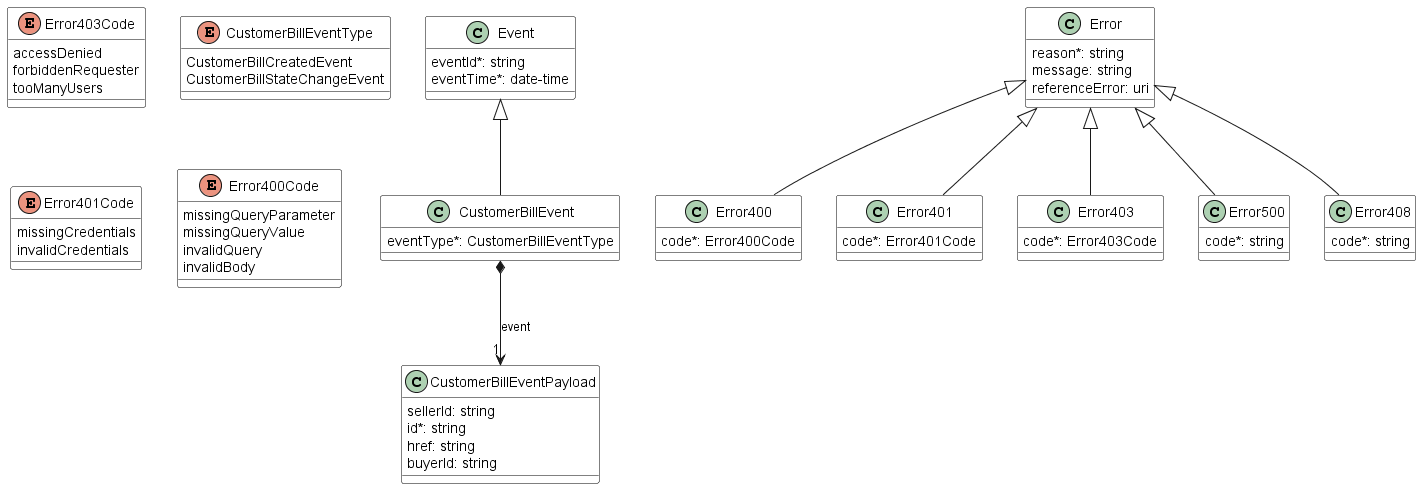
Earlier version of the PlantUML export documentation/productApi/billing/media/billingNotification.api.png (MEF-GIT/MEF-LSO-Sonata-SDK). The source it was exported from:
```plantuml
@startuml
skinparam {
    ClassBackgroundColor White
    ClassBorderColor Black
}

class CustomerBillEvent {

    eventType*: CustomerBillEventType
}
Event <|-- CustomerBillEvent

CustomerBillEvent *-->"1" CustomerBillEventPayload : event


class CustomerBillEventPayload {

    sellerId: string
    id*: string
    href: string
    buyerId: string
}



class Error400 {

    code*: Error400Code
}
Error <|-- Error400



class Error401 {

    code*: Error401Code
}
Error <|-- Error401



class Error403 {

    code*: Error403Code
}
Error <|-- Error403



class Error500 {

    code*: string
}
Error <|-- Error500



enum Error403Code {

    accessDenied
    forbiddenRequester
    tooManyUsers
}
enum CustomerBillEventType {

    CustomerBillCreatedEvent
    CustomerBillStateChangeEvent
}
class Error408 {

    code*: string
}
Error <|-- Error408



class Error {

    reason*: string
    message: string
    referenceError: uri
}



class Event {

    eventId*: string
    eventTime*: date-time
}



enum Error401Code {

    missingCredentials
    invalidCredentials
}
enum Error400Code {

    missingQueryParameter
    missingQueryValue
    invalidQuery
    invalidBody
}
@enduml
```
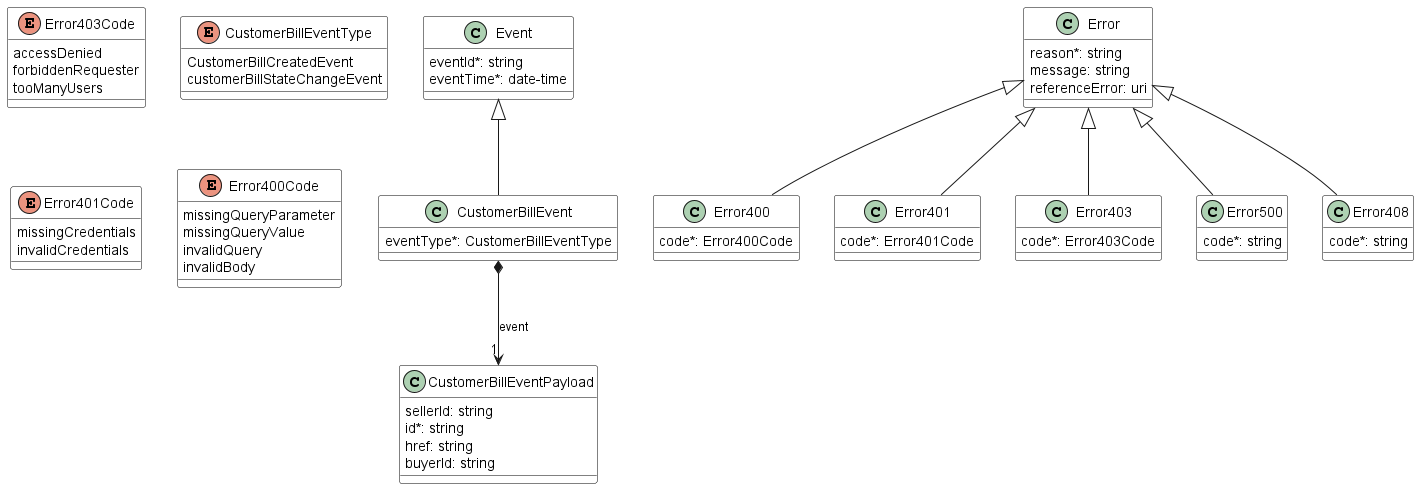
The same diagram one commit later.

The edit, as a diff of the source:
```diff
@@ -64,7 +64,7 @@
 enum CustomerBillEventType {
 
     CustomerBillCreatedEvent
-    CustomerBillStateChangeEvent
+    customerBillStateChangeEvent
 }
 class Error408 {
 
```
